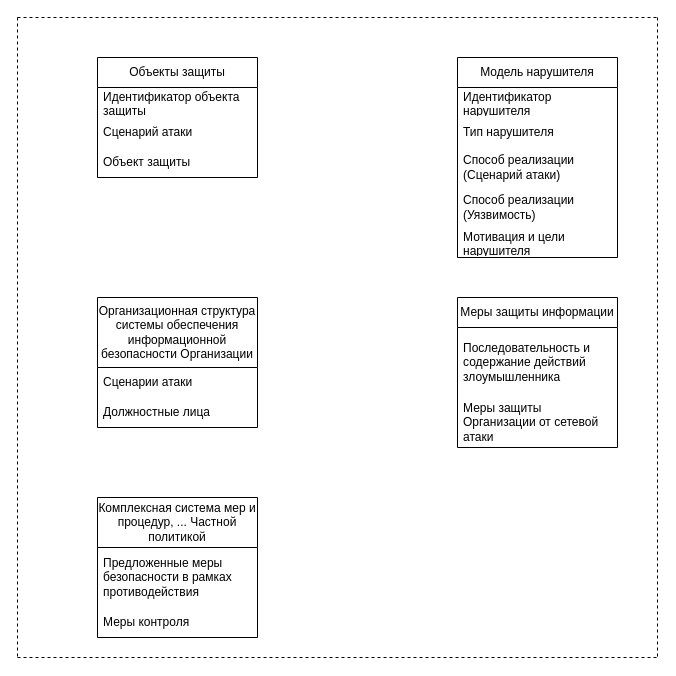
Above: Old_Shema_OPZ/(Старая схема ОПЗ) Частная политика.drawio in SmirnovBogdan8/Diplom (draw.io), before the change. Source tidied: cells renumbered, new cells numbered last; positions are measured from the earlier drawing's top-left corner, leaving out a move shared by most shapes. Both pictures are drawn from the tidied source at 100%, with x=0, y=0 at pixel (17, 17).
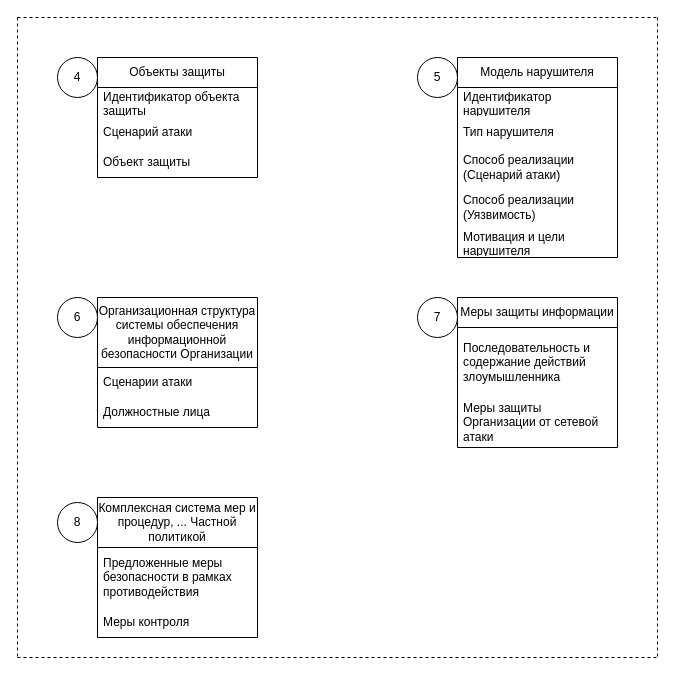
The same diagram, later.

Change to the diagram source:
```diff
@@
+    <mxCell id="25" value="4" style="ellipse;whiteSpace=wrap;html=1;" parent="1" vertex="1">
+      <mxGeometry x="40" y="40" width="40" height="40" as="geometry" />
+    </mxCell>
+    <mxCell id="26" value="5" style="ellipse;whiteSpace=wrap;html=1;" parent="1" vertex="1">
+      <mxGeometry x="400" y="40" width="40" height="40" as="geometry" />
+    </mxCell>
+    <mxCell id="27" value="6" style="ellipse;whiteSpace=wrap;html=1;" parent="1" vertex="1">
+      <mxGeometry x="40" y="280" width="40" height="40" as="geometry" />
+    </mxCell>
+    <mxCell id="28" value="7" style="ellipse;whiteSpace=wrap;html=1;" parent="1" vertex="1">
+      <mxGeometry x="400" y="280" width="40" height="40" as="geometry" />
+    </mxCell>
+    <mxCell id="29" value="8" style="ellipse;whiteSpace=wrap;html=1;" parent="1" vertex="1">
+      <mxGeometry x="40" y="485" width="40" height="40" as="geometry" />
+    </mxCell>
```
